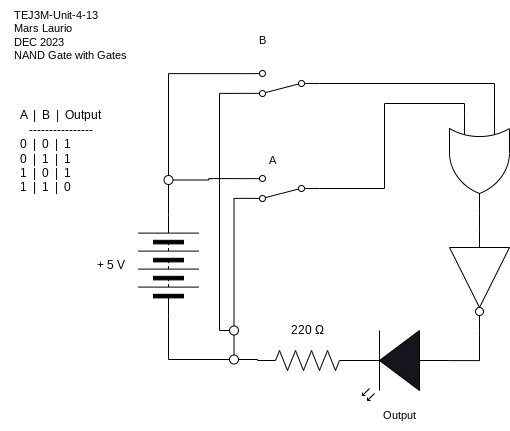
Earlier version of the draw.io export Unit4-13/TEJ3M-Unit-4-13.png (Mars-Laurio/TEJ3M-Unit4). Source tidied: cells renumbered, new cells last; positions are measured from the earlier drawing's top-left corner, leaving out a move shared by most shapes. Its diagram source:
```xml
<mxGraphModel>
  <root>
    <mxCell id="0" />
    <mxCell id="1" parent="0" />
    <mxCell id="2" value="&lt;div style=&quot;text-align: left;&quot;&gt;&lt;span style=&quot;background-color: initial;&quot;&gt;TEJ3M-Unit-4-13&lt;/span&gt;&lt;/div&gt;&lt;div style=&quot;text-align: left;&quot;&gt;&lt;span style=&quot;background-color: initial;&quot;&gt;Mars Laurio&lt;/span&gt;&lt;/div&gt;&lt;div style=&quot;text-align: left;&quot;&gt;&lt;span style=&quot;background-color: initial;&quot;&gt;DEC 2023&lt;/span&gt;&lt;/div&gt;&lt;div style=&quot;text-align: left;&quot;&gt;&lt;span style=&quot;background-color: initial;&quot;&gt;NAND Gate with Gates&lt;/span&gt;&lt;/div&gt;" style="text;html=1;align=center;verticalAlign=middle;strokeColor=none;fillColor=none;fontSize=11;fontFamily=Helvetica;fontColor=default;" parent="1" vertex="1">
      <mxGeometry width="140" height="70" as="geometry" />
    </mxCell>
    <mxCell id="3" value="&lt;div style=&quot;text-align: left;&quot;&gt;&lt;span style=&quot;background-color: initial;&quot;&gt;A&amp;nbsp; |&amp;nbsp; B&amp;nbsp; |&amp;nbsp; Output&lt;/span&gt;&lt;/div&gt;----------------&lt;br&gt;&lt;div style=&quot;text-align: left;&quot;&gt;&lt;span style=&quot;background-color: initial;&quot;&gt;0&amp;nbsp; |&amp;nbsp; 0&amp;nbsp; |&amp;nbsp; 1&lt;/span&gt;&lt;/div&gt;&lt;div style=&quot;text-align: left;&quot;&gt;0&amp;nbsp; |&amp;nbsp; 1&amp;nbsp; |&amp;nbsp; 1&lt;/div&gt;&lt;div style=&quot;text-align: left;&quot;&gt;1&amp;nbsp; |&amp;nbsp; 0&amp;nbsp; |&amp;nbsp; 1&lt;/div&gt;&lt;div style=&quot;text-align: left;&quot;&gt;1&amp;nbsp; |&amp;nbsp; 1&amp;nbsp; |&amp;nbsp; 0&lt;/div&gt;" style="text;html=1;align=center;verticalAlign=middle;strokeColor=none;fillColor=none;" parent="1" vertex="1">
      <mxGeometry x="5" y="101" width="110" height="100" as="geometry" />
    </mxCell>
    <mxCell id="4" value="+ 5 V" style="text;html=1;align=center;verticalAlign=middle;strokeColor=none;fillColor=none;" parent="1" vertex="1">
      <mxGeometry x="85" y="250" width="50" height="30" as="geometry" />
    </mxCell>
    <mxCell id="5" value="220&amp;nbsp;Ω" style="text;html=1;align=center;verticalAlign=middle;strokeColor=none;fillColor=none;" parent="1" vertex="1">
      <mxGeometry x="277" y="315" width="60" height="30" as="geometry" />
    </mxCell>
    <mxCell id="6" style="verticalLabelPosition=bottom;shadow=0;dashed=0;align=center;html=1;verticalAlign=top;shape=mxgraph.electrical.opto_electronics.led_2;rotation=-180;fillColor=#18141D;" parent="1" vertex="1">
      <mxGeometry x="349" y="330" width="100" height="70" as="geometry" />
    </mxCell>
    <mxCell id="7" style="edgeStyle=orthogonalEdgeStyle;shape=connector;rounded=0;html=1;exitX=1;exitY=0.5;exitDx=0;exitDy=0;exitPerimeter=0;entryX=1;entryY=0.57;entryDx=0;entryDy=0;entryPerimeter=0;labelBackgroundColor=default;strokeColor=default;fontFamily=Helvetica;fontSize=11;fontColor=default;endArrow=none;endFill=0;" parent="1" edge="1" source="8" target="6">
      <mxGeometry relative="1" as="geometry" />
    </mxCell>
    <mxCell id="8" style="verticalLabelPosition=bottom;shadow=0;dashed=0;align=center;html=1;verticalAlign=top;shape=mxgraph.electrical.resistors.resistor_2;" parent="1" vertex="1">
      <mxGeometry x="257" y="350" width="100" height="20" as="geometry" />
    </mxCell>
    <mxCell id="9" style="edgeStyle=orthogonalEdgeStyle;shape=connector;rounded=0;html=1;exitX=0;exitY=0.5;exitDx=0;exitDy=0;entryX=0;entryY=0.5;entryDx=0;entryDy=0;labelBackgroundColor=default;strokeColor=default;fontFamily=Helvetica;fontSize=11;fontColor=default;endArrow=none;endFill=0;" parent="1" edge="1" source="11" target="14">
      <mxGeometry relative="1" as="geometry" />
    </mxCell>
    <mxCell id="10" style="edgeStyle=orthogonalEdgeStyle;shape=connector;rounded=0;html=1;exitX=1;exitY=0.5;exitDx=0;exitDy=0;entryX=0.5;entryY=1;entryDx=0;entryDy=0;labelBackgroundColor=default;strokeColor=default;fontFamily=Helvetica;fontSize=11;fontColor=default;endArrow=none;endFill=0;" parent="1" edge="1" source="11" target="24">
      <mxGeometry relative="1" as="geometry" />
    </mxCell>
    <mxCell id="11" style="verticalLabelPosition=bottom;shadow=0;dashed=0;align=center;html=1;verticalAlign=top;shape=mxgraph.electrical.miscellaneous.batteryStack;rotation=-90;" parent="1" vertex="1">
      <mxGeometry x="118" y="235" width="100" height="60" as="geometry" />
    </mxCell>
    <mxCell id="12" style="edgeStyle=orthogonalEdgeStyle;shape=connector;rounded=0;html=1;exitX=1;exitY=0.5;exitDx=0;exitDy=0;entryX=0;entryY=0.5;entryDx=0;entryDy=0;entryPerimeter=0;labelBackgroundColor=default;strokeColor=default;fontFamily=Helvetica;fontSize=11;fontColor=default;endArrow=none;endFill=0;" parent="1" edge="1" source="14" target="8">
      <mxGeometry relative="1" as="geometry" />
    </mxCell>
    <mxCell id="13" style="edgeStyle=orthogonalEdgeStyle;shape=connector;rounded=0;html=1;exitX=0.5;exitY=0;exitDx=0;exitDy=0;entryX=0.5;entryY=1;entryDx=0;entryDy=0;labelBackgroundColor=default;strokeColor=default;fontFamily=Helvetica;fontSize=11;fontColor=default;endArrow=none;endFill=0;" parent="1" edge="1" source="14" target="26">
      <mxGeometry relative="1" as="geometry" />
    </mxCell>
    <mxCell id="14" style="ellipse;whiteSpace=wrap;html=1;fontFamily=Helvetica;fontSize=11;" parent="1" vertex="1">
      <mxGeometry x="229" y="354.5" width="9" height="9" as="geometry" />
    </mxCell>
    <mxCell id="15" style="edgeStyle=orthogonalEdgeStyle;shape=connector;rounded=0;html=1;exitX=0;exitY=0.5;exitDx=0;exitDy=0;entryX=0;entryY=0.75;entryDx=0;entryDy=0;entryPerimeter=0;labelBackgroundColor=default;strokeColor=default;fontFamily=Helvetica;fontSize=11;fontColor=default;endArrow=none;endFill=0;" parent="1" edge="1" source="16" target="29">
      <mxGeometry relative="1" as="geometry" />
    </mxCell>
    <mxCell id="16" style="shape=mxgraph.electrical.electro-mechanical.twoWaySwitch;elSwitchState=2;rotation=-180;flipV=0;" parent="1" vertex="1">
      <mxGeometry x="244" y="175" width="75" height="26" as="geometry" />
    </mxCell>
    <mxCell id="17" value="A" style="text;html=1;align=center;verticalAlign=middle;strokeColor=none;fillColor=none;fontSize=11;fontFamily=Helvetica;fontColor=default;" parent="1" vertex="1">
      <mxGeometry x="257" y="145" width="30" height="30" as="geometry" />
    </mxCell>
    <mxCell id="18" value="Output" style="text;html=1;align=center;verticalAlign=middle;strokeColor=none;fillColor=none;fontSize=11;fontFamily=Helvetica;fontColor=default;" parent="1" vertex="1">
      <mxGeometry x="369" y="400" width="60" height="30" as="geometry" />
    </mxCell>
    <mxCell id="19" style="edgeStyle=orthogonalEdgeStyle;shape=connector;rounded=0;html=1;exitX=1;exitY=0.12;exitDx=0;exitDy=0;entryX=0;entryY=0.5;entryDx=0;entryDy=0;labelBackgroundColor=default;strokeColor=default;fontFamily=Helvetica;fontSize=11;fontColor=default;endArrow=none;endFill=0;" parent="1" edge="1" source="20" target="26">
      <mxGeometry relative="1" as="geometry" />
    </mxCell>
    <mxCell id="20" style="shape=mxgraph.electrical.electro-mechanical.twoWaySwitch;elSwitchState=2;rotation=-180;flipV=0;" parent="1" vertex="1">
      <mxGeometry x="244" y="70" width="75" height="26" as="geometry" />
    </mxCell>
    <mxCell id="21" value="B" style="text;html=1;align=center;verticalAlign=middle;strokeColor=none;fillColor=none;fontSize=11;fontFamily=Helvetica;fontColor=default;" parent="1" vertex="1">
      <mxGeometry x="247" y="25" width="30" height="30" as="geometry" />
    </mxCell>
    <mxCell id="22" style="edgeStyle=orthogonalEdgeStyle;shape=connector;rounded=0;html=1;exitX=1;exitY=0.5;exitDx=0;exitDy=0;entryX=1;entryY=0.88;entryDx=0;entryDy=0;labelBackgroundColor=default;strokeColor=default;fontFamily=Helvetica;fontSize=11;fontColor=default;endArrow=none;endFill=0;" parent="1" edge="1" source="24" target="16">
      <mxGeometry relative="1" as="geometry" />
    </mxCell>
    <mxCell id="23" style="edgeStyle=orthogonalEdgeStyle;shape=connector;rounded=0;html=1;exitX=0.5;exitY=0;exitDx=0;exitDy=0;entryX=1;entryY=0.88;entryDx=0;entryDy=0;labelBackgroundColor=default;strokeColor=default;fontFamily=Helvetica;fontSize=11;fontColor=default;endArrow=none;endFill=0;" parent="1" edge="1" source="24" target="20">
      <mxGeometry relative="1" as="geometry" />
    </mxCell>
    <mxCell id="24" style="ellipse;whiteSpace=wrap;html=1;fontFamily=Helvetica;fontSize=11;" parent="1" vertex="1">
      <mxGeometry x="163.5" y="175" width="9" height="9" as="geometry" />
    </mxCell>
    <mxCell id="25" style="edgeStyle=orthogonalEdgeStyle;shape=connector;rounded=0;html=1;exitX=0.5;exitY=0;exitDx=0;exitDy=0;entryX=1;entryY=0.12;entryDx=0;entryDy=0;labelBackgroundColor=default;strokeColor=default;fontFamily=Helvetica;fontSize=11;fontColor=default;endArrow=none;endFill=0;" parent="1" edge="1" source="26" target="16">
      <mxGeometry relative="1" as="geometry" />
    </mxCell>
    <mxCell id="26" style="ellipse;whiteSpace=wrap;html=1;fontFamily=Helvetica;fontSize=11;" parent="1" vertex="1">
      <mxGeometry x="229" y="325.5" width="9" height="9" as="geometry" />
    </mxCell>
    <mxCell id="27" style="edgeStyle=orthogonalEdgeStyle;shape=connector;rounded=0;html=1;exitX=0;exitY=0.25;exitDx=0;exitDy=0;exitPerimeter=0;entryX=0;entryY=0.5;entryDx=0;entryDy=0;labelBackgroundColor=default;strokeColor=default;fontFamily=Helvetica;fontSize=11;fontColor=default;endArrow=none;endFill=0;" parent="1" edge="1" source="29" target="20">
      <mxGeometry relative="1" as="geometry" />
    </mxCell>
    <mxCell id="28" style="edgeStyle=orthogonalEdgeStyle;shape=connector;rounded=0;html=1;exitX=1;exitY=0.5;exitDx=0;exitDy=0;exitPerimeter=0;entryX=0;entryY=0.5;entryDx=0;entryDy=0;entryPerimeter=0;labelBackgroundColor=default;strokeColor=default;fontFamily=Helvetica;fontSize=11;fontColor=default;endArrow=none;endFill=0;" parent="1" edge="1" source="29" target="31">
      <mxGeometry relative="1" as="geometry" />
    </mxCell>
    <mxCell id="29" style="verticalLabelPosition=bottom;shadow=0;dashed=0;align=center;html=1;verticalAlign=top;shape=mxgraph.electrical.logic_gates.logic_gate;operation=or;rotation=90;" parent="1" vertex="1">
      <mxGeometry x="429" y="133" width="100" height="60" as="geometry" />
    </mxCell>
    <mxCell id="30" style="edgeStyle=orthogonalEdgeStyle;shape=connector;rounded=0;html=1;exitX=1;exitY=0.5;exitDx=0;exitDy=0;exitPerimeter=0;entryX=0;entryY=0.57;entryDx=0;entryDy=0;entryPerimeter=0;labelBackgroundColor=default;strokeColor=default;fontFamily=Helvetica;fontSize=11;fontColor=default;endArrow=none;endFill=0;" parent="1" edge="1" source="31" target="6">
      <mxGeometry relative="1" as="geometry" />
    </mxCell>
    <mxCell id="31" style="verticalLabelPosition=bottom;shadow=0;dashed=0;align=center;html=1;verticalAlign=top;shape=mxgraph.electrical.logic_gates.inverter_2;rotation=90;" parent="1" vertex="1">
      <mxGeometry x="429" y="250" width="100" height="60" as="geometry" />
    </mxCell>
  </root>
</mxGraphModel>
```
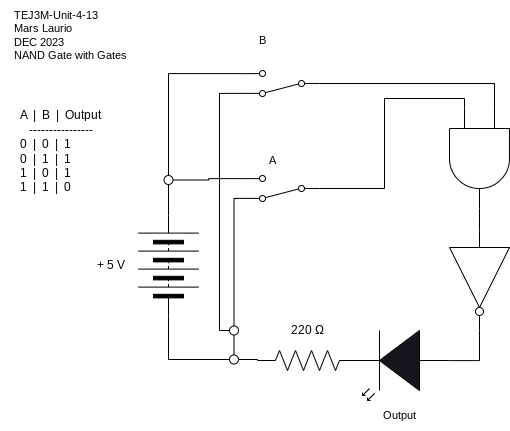
After the commit.

The edit, as a diff of the source:
```diff
@@ -41,9 +41,9 @@
     <mxCell id="14" style="ellipse;whiteSpace=wrap;html=1;fontFamily=Helvetica;fontSize=11;" parent="1" vertex="1">
       <mxGeometry x="229" y="354.5" width="9" height="9" as="geometry" />
     </mxCell>
-    <mxCell id="15" style="edgeStyle=orthogonalEdgeStyle;shape=connector;rounded=0;html=1;exitX=0;exitY=0.5;exitDx=0;exitDy=0;entryX=0;entryY=0.75;entryDx=0;entryDy=0;entryPerimeter=0;labelBackgroundColor=default;strokeColor=default;fontFamily=Helvetica;fontSize=11;fontColor=default;endArrow=none;endFill=0;" parent="1" edge="1" source="16" target="29">
-      <mxGeometry relative="1" as="geometry" />
-    </mxCell>
+    <mxCell id="32" style="edgeStyle=orthogonalEdgeStyle;shape=connector;rounded=0;html=1;exitX=0;exitY=0.5;exitDx=0;exitDy=0;entryX=0;entryY=0.75;entryDx=0;entryDy=0;entryPerimeter=0;labelBackgroundColor=default;strokeColor=default;fontFamily=Helvetica;fontSize=11;fontColor=default;endArrow=none;endFill=0;" parent="1" edge="1" source="16" target="35">
+      <mxGeometry relative="1" as="geometry" />
+    </mxCell>
     <mxCell id="16" style="shape=mxgraph.electrical.electro-mechanical.twoWaySwitch;elSwitchState=2;rotation=-180;flipV=0;" parent="1" vertex="1">
       <mxGeometry x="244" y="175" width="75" height="26" as="geometry" />
     </mxCell>
@@ -77,20 +77,20 @@
     <mxCell id="26" style="ellipse;whiteSpace=wrap;html=1;fontFamily=Helvetica;fontSize=11;" parent="1" vertex="1">
       <mxGeometry x="229" y="325.5" width="9" height="9" as="geometry" />
     </mxCell>
-    <mxCell id="27" style="edgeStyle=orthogonalEdgeStyle;shape=connector;rounded=0;html=1;exitX=0;exitY=0.25;exitDx=0;exitDy=0;exitPerimeter=0;entryX=0;entryY=0.5;entryDx=0;entryDy=0;labelBackgroundColor=default;strokeColor=default;fontFamily=Helvetica;fontSize=11;fontColor=default;endArrow=none;endFill=0;" parent="1" edge="1" source="29" target="20">
-      <mxGeometry relative="1" as="geometry" />
-    </mxCell>
-    <mxCell id="28" style="edgeStyle=orthogonalEdgeStyle;shape=connector;rounded=0;html=1;exitX=1;exitY=0.5;exitDx=0;exitDy=0;exitPerimeter=0;entryX=0;entryY=0.5;entryDx=0;entryDy=0;entryPerimeter=0;labelBackgroundColor=default;strokeColor=default;fontFamily=Helvetica;fontSize=11;fontColor=default;endArrow=none;endFill=0;" parent="1" edge="1" source="29" target="31">
-      <mxGeometry relative="1" as="geometry" />
-    </mxCell>
-    <mxCell id="29" style="verticalLabelPosition=bottom;shadow=0;dashed=0;align=center;html=1;verticalAlign=top;shape=mxgraph.electrical.logic_gates.logic_gate;operation=or;rotation=90;" parent="1" vertex="1">
-      <mxGeometry x="429" y="133" width="100" height="60" as="geometry" />
-    </mxCell>
     <mxCell id="30" style="edgeStyle=orthogonalEdgeStyle;shape=connector;rounded=0;html=1;exitX=1;exitY=0.5;exitDx=0;exitDy=0;exitPerimeter=0;entryX=0;entryY=0.57;entryDx=0;entryDy=0;entryPerimeter=0;labelBackgroundColor=default;strokeColor=default;fontFamily=Helvetica;fontSize=11;fontColor=default;endArrow=none;endFill=0;" parent="1" edge="1" source="31" target="6">
       <mxGeometry relative="1" as="geometry" />
     </mxCell>
     <mxCell id="31" style="verticalLabelPosition=bottom;shadow=0;dashed=0;align=center;html=1;verticalAlign=top;shape=mxgraph.electrical.logic_gates.inverter_2;rotation=90;" parent="1" vertex="1">
       <mxGeometry x="429" y="250" width="100" height="60" as="geometry" />
     </mxCell>
+    <mxCell id="33" style="edgeStyle=orthogonalEdgeStyle;shape=connector;rounded=0;html=1;exitX=1;exitY=0.5;exitDx=0;exitDy=0;exitPerimeter=0;entryX=0;entryY=0.5;entryDx=0;entryDy=0;entryPerimeter=0;labelBackgroundColor=default;strokeColor=default;fontFamily=Helvetica;fontSize=11;fontColor=default;endArrow=none;endFill=0;" parent="1" edge="1" source="35" target="31">
+      <mxGeometry relative="1" as="geometry" />
+    </mxCell>
+    <mxCell id="34" style="edgeStyle=orthogonalEdgeStyle;shape=connector;rounded=0;html=1;exitX=0;exitY=0.25;exitDx=0;exitDy=0;exitPerimeter=0;entryX=0;entryY=0.5;entryDx=0;entryDy=0;labelBackgroundColor=default;strokeColor=default;fontFamily=Helvetica;fontSize=11;fontColor=default;endArrow=none;endFill=0;" parent="1" edge="1" source="35" target="20">
+      <mxGeometry relative="1" as="geometry" />
+    </mxCell>
+    <mxCell id="35" style="verticalLabelPosition=bottom;shadow=0;dashed=0;align=center;html=1;verticalAlign=top;shape=mxgraph.electrical.logic_gates.logic_gate;operation=and;rotation=90;" parent="1" vertex="1">
+      <mxGeometry x="429" y="128" width="100" height="60" as="geometry" />
+    </mxCell>
   </root>
 </mxGraphModel>
```
